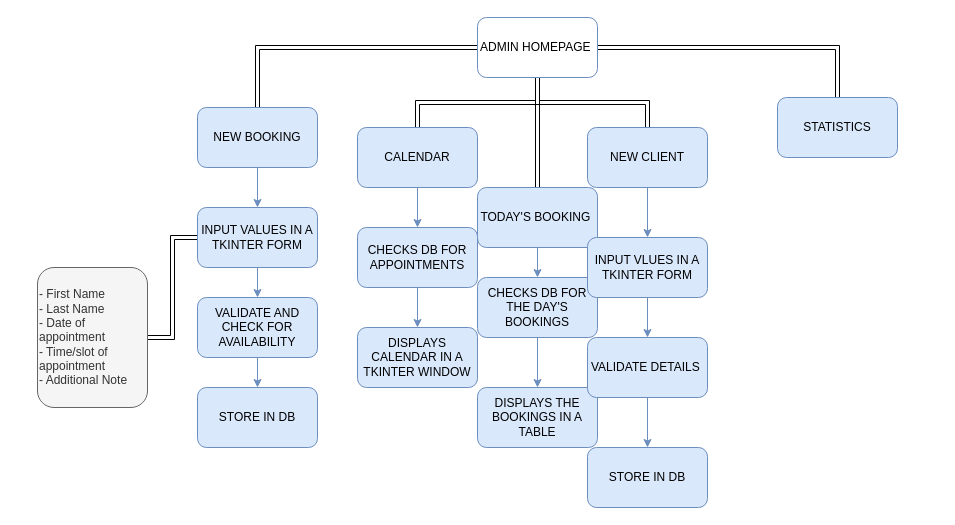
This is Untitled Diagram.drawio from B34427/ComputingProject, a draw.io file, before an edit. Source tidied: cells renumbered, new cells numbered last; positions are measured from the earlier drawing's top-left corner, leaving out a move shared by most shapes. Both pictures are drawn from the tidied source at 100%, with x=0, y=0 at pixel (37, 17).
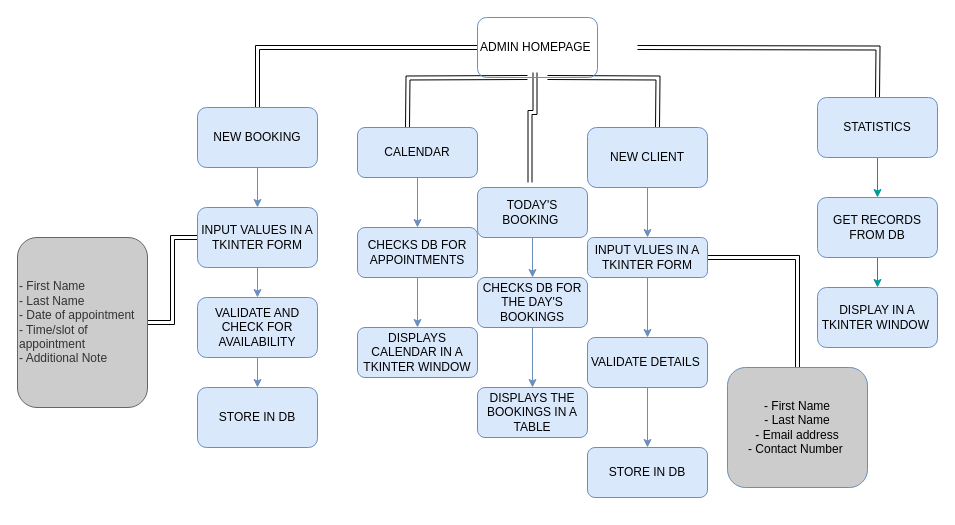
After the change.

The change refers to these unchanged cells:
```xml
<mxCell id="7" value="ADMIN HOMEPAGE&amp;nbsp;" style="rounded=1;whiteSpace=wrap;html=1;fillColor=none;strokeColor=#6c8ebf;gradientColor=default;" parent="1" vertex="1">
  <mxGeometry x="440" width="120" height="60" as="geometry" />
</mxCell>
<mxCell id="13" value="NEW CLIENT" style="whiteSpace=wrap;html=1;rounded=1;fillColor=#dae8fc;strokeColor=#6c8ebf;" parent="1" vertex="1">
  <mxGeometry x="550" y="110" width="120" height="60" as="geometry" />
</mxCell>
```

Diff of the diagram source:
```diff
@@
-    <mxCell id="3" style="edgeStyle=orthogonalEdgeStyle;rounded=0;jettySize=auto;html=1;shape=link;" parent="1" edge="1" source="7" target="11">
-      <mxGeometry relative="1" as="geometry" />
+    <mxCell id="3" style="edgeStyle=orthogonalEdgeStyle;rounded=0;orthogonalLoop=1;jettySize=auto;html=1;shape=link;" parent="1" edge="1">
+      <mxGeometry relative="1" as="geometry">
+        <mxPoint x="490" y="60" as="sourcePoint" />
+        <mxPoint x="370" y="110" as="targetPoint" />
+      </mxGeometry>
     </mxCell>
-    <mxCell id="4" style="edgeStyle=orthogonalEdgeStyle;rounded=0;jettySize=auto;html=1;shape=link;" parent="1" edge="1" source="7" target="13">
-      <mxGeometry relative="1" as="geometry" />
+    <mxCell id="4" style="edgeStyle=orthogonalEdgeStyle;rounded=0;orthogonalLoop=1;jettySize=auto;html=1;shape=link;" parent="1" edge="1">
+      <mxGeometry relative="1" as="geometry">
+        <mxPoint x="510" y="60" as="sourcePoint" />
+        <mxPoint x="620" y="110" as="targetPoint" />
+      </mxGeometry>
     </mxCell>
-    <mxCell id="5" style="edgeStyle=orthogonalEdgeStyle;rounded=0;jettySize=auto;html=1;shape=link;" parent="1" edge="1" source="7" target="14">
-      <mxGeometry relative="1" as="geometry" />
+    <mxCell id="5" style="edgeStyle=orthogonalEdgeStyle;rounded=0;orthogonalLoop=1;jettySize=auto;html=1;shape=link;" parent="1" edge="1">
+      <mxGeometry relative="1" as="geometry">
+        <mxPoint x="600" y="30" as="sourcePoint" />
+        <mxPoint x="840" y="80" as="targetPoint" />
+      </mxGeometry>
     </mxCell>
-    <mxCell id="6" style="edgeStyle=orthogonalEdgeStyle;rounded=0;jettySize=auto;html=1;shape=link;" parent="1" edge="1" source="7" target="16">
-      <mxGeometry relative="1" as="geometry" />
+    <mxCell id="6" style="edgeStyle=orthogonalEdgeStyle;rounded=0;orthogonalLoop=1;jettySize=auto;html=1;shape=link;" parent="1" edge="1">
+      <mxGeometry relative="1" as="geometry">
+        <mxPoint x="497.5" y="55" as="sourcePoint" />
+        <mxPoint x="492.5" y="165" as="targetPoint" />
+        <Array as="points">
+          <mxPoint x="497.5" y="95" />
+          <mxPoint x="492.5" y="95" />
+        </Array>
+      </mxGeometry>
     </mxCell>
@@
     <mxCell id="11" value="CALENDAR" style="whiteSpace=wrap;html=1;rounded=1;fillColor=#dae8fc;strokeColor=#6c8ebf;" parent="1" vertex="1">
-      <mxGeometry x="320" y="110" width="120" height="60" as="geometry" />
+      <mxGeometry x="320" y="110" width="120" height="50" as="geometry" />
     </mxCell>
@@
+    <mxCell id="35" style="edgeStyle=orthogonalEdgeStyle;rounded=0;jettySize=auto;html=1;strokeColor=light-dark(#009999,#FFFFFF);" parent="1" edge="1" source="14" target="38">
+      <mxGeometry relative="1" as="geometry" />
+    </mxCell>
     <mxCell id="14" value="STATISTICS" style="whiteSpace=wrap;html=1;rounded=1;fillColor=#dae8fc;strokeColor=#6c8ebf;" parent="1" vertex="1">
-      <mxGeometry x="740" y="80" width="120" height="60" as="geometry" />
+      <mxGeometry x="780" y="80" width="120" height="60" as="geometry" />
     </mxCell>
@@
     <mxCell id="16" value="TODAY'S BOOKING&amp;nbsp;" style="whiteSpace=wrap;html=1;rounded=1;fillColor=#dae8fc;strokeColor=#6c8ebf;" parent="1" vertex="1">
-      <mxGeometry x="440" y="170" width="120" height="60" as="geometry" />
+      <mxGeometry x="440" y="170" width="110" height="50" as="geometry" />
     </mxCell>
@@
-    <mxCell id="23" value="- First Name&amp;nbsp;&lt;div&gt;- Last Name&lt;/div&gt;&lt;div&gt;- Date of appointment&lt;/div&gt;&lt;div&gt;- Time/slot of appointment&lt;/div&gt;&lt;div style=&quot;&quot;&gt;- Additional Note&lt;/div&gt;" style="whiteSpace=wrap;html=1;rounded=1;fillColor=#f5f5f5;strokeColor=#666666;fontColor=#333333;align=left;" parent="1" vertex="1">
-      <mxGeometry y="250" width="110" height="140" as="geometry" />
+    <mxCell id="23" value="- First Name&amp;nbsp;&lt;div&gt;- Last Name&lt;/div&gt;&lt;div&gt;- Date of appointment&lt;/div&gt;&lt;div&gt;- Time/slot of appointment&lt;/div&gt;&lt;div style=&quot;&quot;&gt;- Additional Note&lt;/div&gt;" style="whiteSpace=wrap;html=1;rounded=1;fillColor=#CCCCCC;strokeColor=#666666;fontColor=#333333;align=left;" parent="1" vertex="1">
+      <mxGeometry x="-20" y="220" width="130" height="170" as="geometry" />
     </mxCell>
@@
     <mxCell id="25" value="CHECKS DB FOR APPOINTMENTS" style="whiteSpace=wrap;html=1;rounded=1;fillColor=#dae8fc;strokeColor=#6c8ebf;" parent="1" vertex="1">
-      <mxGeometry x="320" y="210" width="120" height="60" as="geometry" />
+      <mxGeometry x="320" y="210" width="120" height="50" as="geometry" />
     </mxCell>
     <mxCell id="26" value="DISPLAYS CALENDAR IN A TKINTER WINDOW" style="whiteSpace=wrap;html=1;rounded=1;fillColor=#dae8fc;strokeColor=#6c8ebf;" parent="1" vertex="1">
-      <mxGeometry x="320" y="310" width="120" height="60" as="geometry" />
+      <mxGeometry x="320" y="310" width="120" height="50" as="geometry" />
     </mxCell>
@@
     <mxCell id="28" value="CHECKS DB FOR THE DAY'S BOOKINGS" style="whiteSpace=wrap;html=1;rounded=1;fillColor=#dae8fc;strokeColor=#6c8ebf;" parent="1" vertex="1">
-      <mxGeometry x="440" y="260" width="120" height="60" as="geometry" />
+      <mxGeometry x="440" y="260" width="110" height="50" as="geometry" />
     </mxCell>
     <mxCell id="29" value="DISPLAYS THE BOOKINGS IN A TABLE" style="whiteSpace=wrap;html=1;rounded=1;fillColor=#dae8fc;strokeColor=#6c8ebf;" parent="1" vertex="1">
-      <mxGeometry x="440" y="370" width="120" height="60" as="geometry" />
+      <mxGeometry x="440" y="370" width="110" height="50" as="geometry" />
     </mxCell>
@@
+    <mxCell id="36" style="edgeStyle=orthogonalEdgeStyle;rounded=0;jettySize=auto;html=1;shape=link;" parent="1" edge="1" source="31" target="40">
+      <mxGeometry relative="1" as="geometry" />
+    </mxCell>
     <mxCell id="31" value="INPUT VLUES IN A TKINTER FORM" style="whiteSpace=wrap;html=1;rounded=1;fillColor=#dae8fc;strokeColor=#6c8ebf;" parent="1" vertex="1">
-      <mxGeometry x="550" y="220" width="120" height="60" as="geometry" />
+      <mxGeometry x="550" y="220" width="120" height="40" as="geometry" />
     </mxCell>
@@
     <mxCell id="33" value="VALIDATE DETAILS&amp;nbsp;" style="whiteSpace=wrap;html=1;rounded=1;fillColor=#dae8fc;strokeColor=#6c8ebf;" parent="1" vertex="1">
-      <mxGeometry x="550" y="320" width="120" height="60" as="geometry" />
+      <mxGeometry x="550" y="320" width="120" height="50" as="geometry" />
     </mxCell>
     <mxCell id="34" value="STORE IN DB" style="whiteSpace=wrap;html=1;rounded=1;fillColor=#dae8fc;strokeColor=#6c8ebf;" parent="1" vertex="1">
-      <mxGeometry x="550" y="430" width="120" height="60" as="geometry" />
+      <mxGeometry x="550" y="430" width="120" height="50" as="geometry" />
     </mxCell>
+    <mxCell id="37" style="edgeStyle=orthogonalEdgeStyle;rounded=0;jettySize=auto;html=1;fillColor=#009999;strokeColor=light-dark(#009999,#FFFFFF);" parent="1" edge="1" source="38" target="39">
+      <mxGeometry relative="1" as="geometry" />
+    </mxCell>
+    <mxCell id="38" value="GET RECORDS FROM DB" style="whiteSpace=wrap;html=1;rounded=1;fillColor=#dae8fc;strokeColor=#6c8ebf;" parent="1" vertex="1">
+      <mxGeometry x="780" y="180" width="120" height="60" as="geometry" />
+    </mxCell>
+    <mxCell id="39" value="DISPLAY IN A TKINTER WINDOW&amp;nbsp;" style="whiteSpace=wrap;html=1;rounded=1;fillColor=#dae8fc;strokeColor=#6c8ebf;" parent="1" vertex="1">
+      <mxGeometry x="780" y="270" width="120" height="60" as="geometry" />
+    </mxCell>
+    <mxCell id="40" value="- First Name&lt;div&gt;- Last Name&lt;/div&gt;&lt;div&gt;- Email address&lt;/div&gt;&lt;div&gt;- Contact Number&amp;nbsp;&lt;/div&gt;" style="whiteSpace=wrap;html=1;fillColor=#CCCCCC;strokeColor=#6c8ebf;rounded=1;" parent="1" vertex="1">
+      <mxGeometry x="690" y="350" width="140" height="120" as="geometry" />
+    </mxCell>
```
